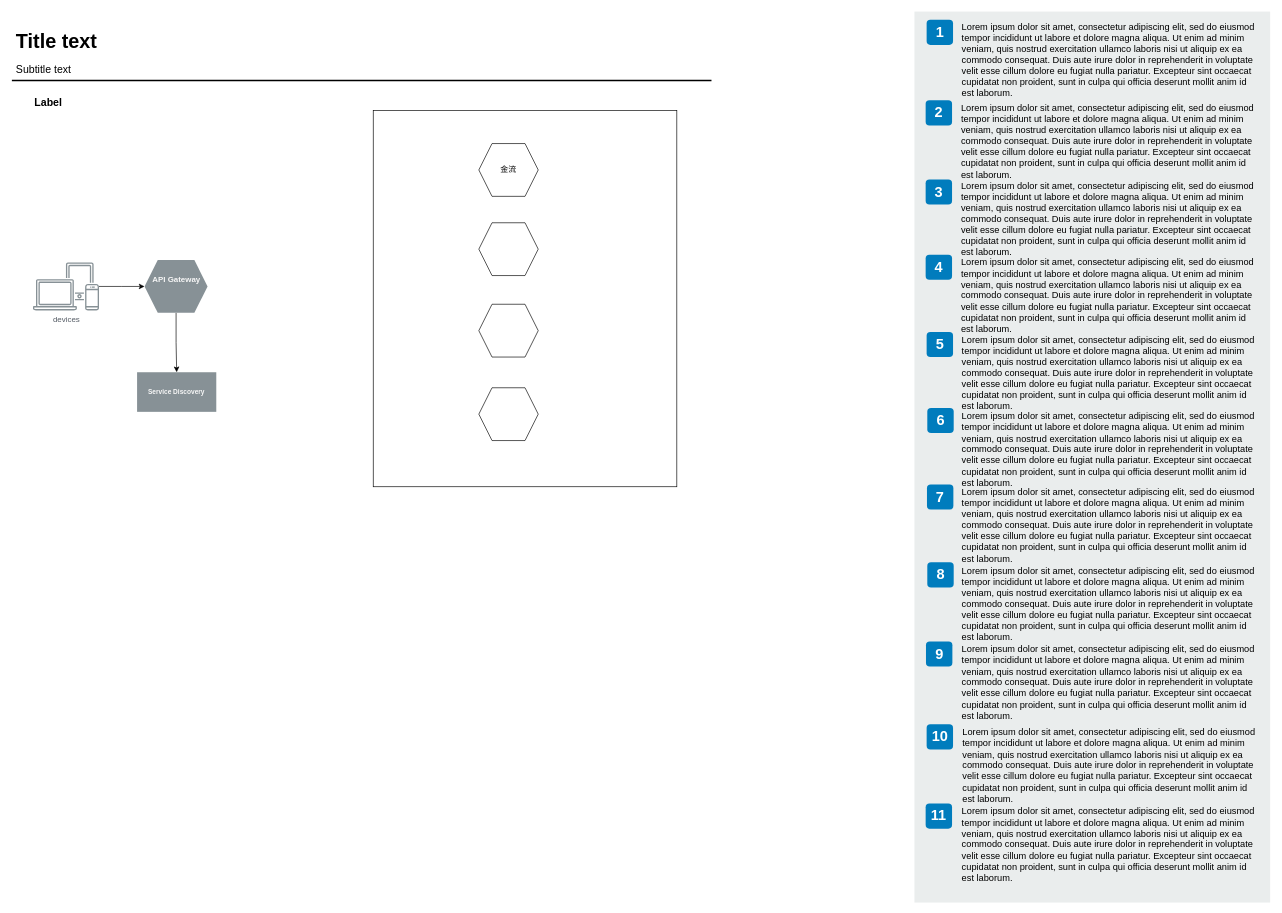
This is Untitled Diagram.drawio from vuittonatehsn/Instruction, a draw.io file, before an edit. Source tidied: cells renumbered, new cells numbered last; positions are measured from the earlier drawing's top-left corner, leaving out a move shared by most shapes. Both pictures are drawn from the tidied source at 66%, with x=0, y=0 at pixel (11, 11).
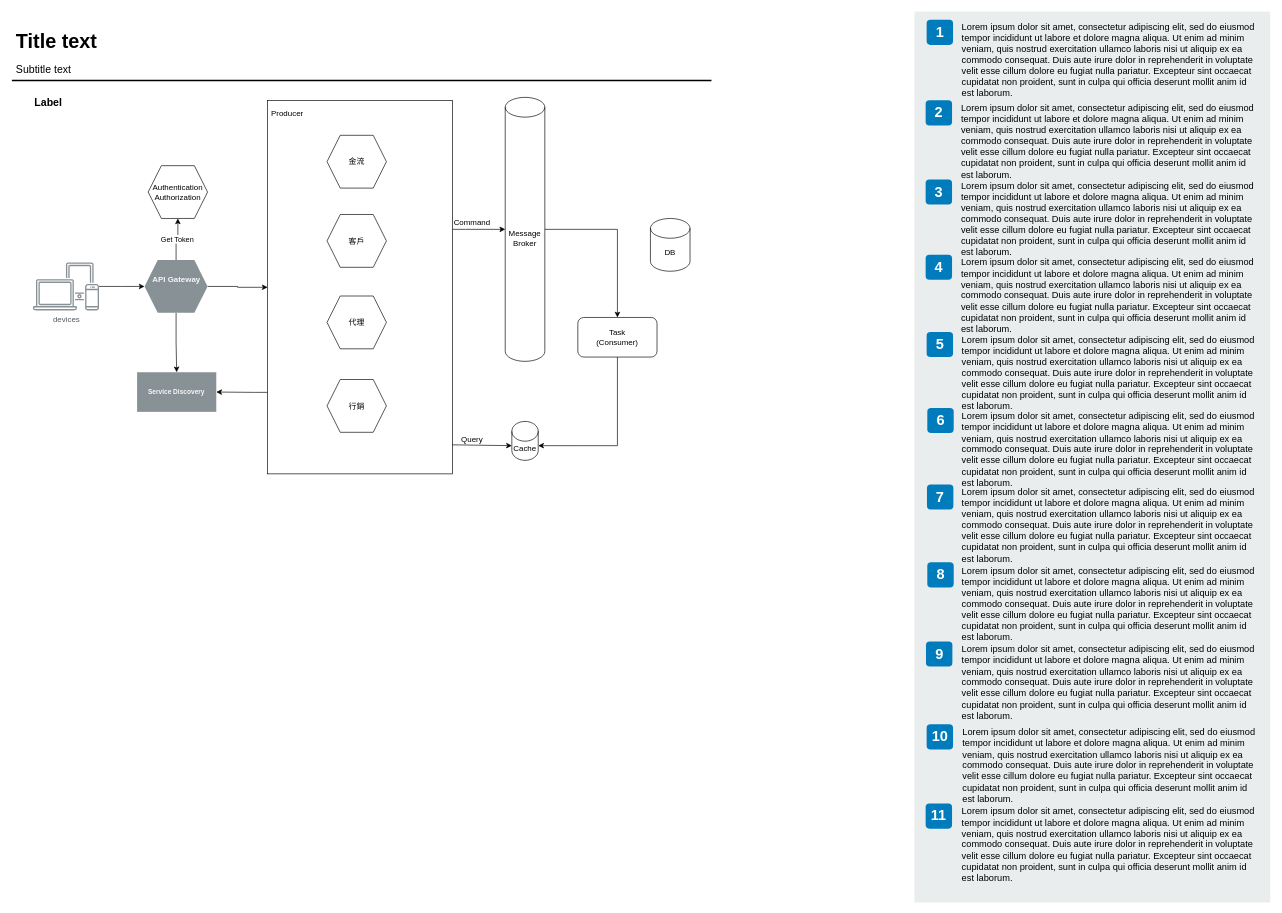
Above is the later version.

The change refers to these unchanged cells:
```xml
<mxCell id="32" value="&lt;h4&gt;&lt;font color=&quot;#f7f7f7&quot;&gt;API Gateway&lt;/font&gt;&lt;br&gt;&lt;/h4&gt;" style="shape=hexagon;perimeter=hexagonPerimeter2;whiteSpace=wrap;html=1;fixedSize=1;dashed=0;fontColor=#545B64;fontStyle=0;verticalAlign=top;strokeColor=none;fillColor=#879196;" parent="1" vertex="1">
  <mxGeometry x="201.5" y="376.5" width="95.5" height="80" as="geometry" />
</mxCell>
<mxCell id="33" value="&lt;h5&gt;&lt;b&gt;&lt;font color=&quot;#f7f7f7&quot;&gt;Service Discovery&lt;/font&gt;&lt;/b&gt;&lt;/h5&gt;" style="whiteSpace=wrap;html=1;dashed=0;fontColor=#545B64;fontStyle=0;verticalAlign=top;strokeColor=none;fillColor=#879196;" parent="1" vertex="1">
  <mxGeometry x="190.2" y="546.5" width="120" height="60" as="geometry" />
</mxCell>
```

The edit, as a diff of the source:
```diff
@@
+    <mxCell id="39" style="edgeStyle=orthogonalEdgeStyle;rounded=0;jettySize=auto;html=1;" parent="1" edge="1" source="32" target="43">
+      <mxGeometry relative="1" as="geometry" />
+    </mxCell>
+    <mxCell id="40" value="Get Token" style="edgeStyle=orthogonalEdgeStyle;rounded=0;jettySize=auto;html=1;" parent="1" edge="1" source="32" target="47">
+      <mxGeometry relative="1" as="geometry" />
+    </mxCell>
@@
-    <mxCell id="34" style="rounded=0;whiteSpace=wrap;html=1;" parent="1" vertex="1">
-      <mxGeometry x="548" y="150" width="460" height="570" as="geometry" />
-    </mxCell>
+    <mxCell id="41" style="edgeStyle=orthogonalEdgeStyle;rounded=0;jettySize=auto;html=1;" parent="1" edge="1" source="43" target="49">
+      <mxGeometry relative="1" as="geometry">
+        <Array as="points">
+          <mxPoint x="688" y="330" />
+          <mxPoint x="688" y="330" />
+        </Array>
+      </mxGeometry>
+    </mxCell>
+    <mxCell id="42" style="edgeStyle=orthogonalEdgeStyle;rounded=0;jettySize=auto;html=1;entryX=1;entryY=0.5;entryDx=0;entryDy=0;" parent="1" edge="1" source="43" target="33">
+      <mxGeometry relative="1" as="geometry">
+        <Array as="points">
+          <mxPoint x="368" y="577" />
+          <mxPoint x="368" y="577" />
+        </Array>
+      </mxGeometry>
+    </mxCell>
+    <mxCell id="43" style="rounded=0;whiteSpace=wrap;html=1;" parent="1" vertex="1">
+      <mxGeometry x="388" y="135" width="280" height="565.5" as="geometry" />
+    </mxCell>
+    <mxCell id="44" value="客戶" style="shape=hexagon;perimeter=hexagonPerimeter2;whiteSpace=wrap;html=1;fixedSize=1;" parent="1" vertex="1">
+      <mxGeometry x="478" y="307.5" width="90" height="80" as="geometry" />
+    </mxCell>
     <mxCell id="35" value="金流" style="shape=hexagon;perimeter=hexagonPerimeter2;whiteSpace=wrap;html=1;fixedSize=1;" parent="1" vertex="1">
-      <mxGeometry x="708" y="200" width="90" height="80" as="geometry" />
+      <mxGeometry x="478" y="187.5" width="90" height="80" as="geometry" />
     </mxCell>
-    <mxCell id="36" style="shape=hexagon;perimeter=hexagonPerimeter2;whiteSpace=wrap;html=1;fixedSize=1;" parent="1" vertex="1">
-      <mxGeometry x="708" y="320" width="90" height="80" as="geometry" />
-    </mxCell>
-    <mxCell id="37" style="shape=hexagon;perimeter=hexagonPerimeter2;whiteSpace=wrap;html=1;fixedSize=1;" parent="1" vertex="1">
-      <mxGeometry x="708" y="443.5" width="90" height="80" as="geometry" />
-    </mxCell>
-    <mxCell id="38" style="shape=hexagon;perimeter=hexagonPerimeter2;whiteSpace=wrap;html=1;fixedSize=1;" parent="1" vertex="1">
-      <mxGeometry x="708" y="570" width="90" height="80" as="geometry" />
-    </mxCell>
+    <mxCell id="45" value="代理" style="shape=hexagon;perimeter=hexagonPerimeter2;whiteSpace=wrap;html=1;fixedSize=1;" parent="1" vertex="1">
+      <mxGeometry x="478" y="431" width="90" height="80" as="geometry" />
+    </mxCell>
+    <mxCell id="46" value="行銷" style="shape=hexagon;perimeter=hexagonPerimeter2;whiteSpace=wrap;html=1;fixedSize=1;" parent="1" vertex="1">
+      <mxGeometry x="478" y="557.5" width="90" height="80" as="geometry" />
+    </mxCell>
+    <mxCell id="47" value="Authentication&lt;br&gt;Authorization" style="shape=hexagon;perimeter=hexagonPerimeter2;whiteSpace=wrap;html=1;fixedSize=1;" parent="1" vertex="1">
+      <mxGeometry x="207" y="233.5" width="90" height="80" as="geometry" />
+    </mxCell>
+    <mxCell id="48" style="edgeStyle=orthogonalEdgeStyle;rounded=0;jettySize=auto;html=1;" parent="1" edge="1" source="49" target="57">
+      <mxGeometry relative="1" as="geometry">
+        <Array as="points">
+          <mxPoint x="918" y="330" />
+        </Array>
+      </mxGeometry>
+    </mxCell>
+    <mxCell id="49" value="Message&lt;br&gt;Broker" style="shape=cylinder3;whiteSpace=wrap;html=1;boundedLbl=1;backgroundOutline=1;size=15;" parent="1" vertex="1">
+      <mxGeometry x="748" y="130" width="60" height="400" as="geometry" />
+    </mxCell>
+    <mxCell id="50" value="Cache" style="shape=cylinder3;whiteSpace=wrap;html=1;boundedLbl=1;backgroundOutline=1;size=15;" parent="1" vertex="1">
+      <mxGeometry x="758" y="621" width="40" height="59" as="geometry" />
+    </mxCell>
+    <mxCell id="51" value="DB" style="shape=cylinder3;whiteSpace=wrap;html=1;boundedLbl=1;backgroundOutline=1;size=15;" parent="1" vertex="1">
+      <mxGeometry x="968" y="313.5" width="60" height="80" as="geometry" />
+    </mxCell>
+    <mxCell id="52" value="Command" style="text;html=1;strokeColor=none;fillColor=none;align=center;verticalAlign=middle;whiteSpace=wrap;rounded=0;" parent="1" vertex="1">
+      <mxGeometry x="678" y="310" width="40" height="20" as="geometry" />
+    </mxCell>
+    <mxCell id="53" style="endArrow=classic;html=1;entryX=0;entryY=0;entryDx=0;entryDy=36.75;entryPerimeter=0;" parent="1" edge="1" target="50">
+      <mxGeometry relative="1" as="geometry">
+        <mxPoint x="668" y="656.5" as="sourcePoint" />
+      </mxGeometry>
+    </mxCell>
+    <mxCell id="54" value="Query" style="text;html=1;strokeColor=none;fillColor=none;align=center;verticalAlign=middle;whiteSpace=wrap;rounded=0;" parent="1" vertex="1">
+      <mxGeometry x="678" y="637.5" width="40" height="20" as="geometry" />
+    </mxCell>
+    <mxCell id="55" value="Producer" style="text;html=1;strokeColor=none;fillColor=none;align=center;verticalAlign=middle;whiteSpace=wrap;rounded=0;" parent="1" vertex="1">
+      <mxGeometry x="398" y="143.5" width="40" height="20" as="geometry" />
+    </mxCell>
+    <mxCell id="56" style="edgeStyle=orthogonalEdgeStyle;rounded=0;jettySize=auto;html=1;entryX=1;entryY=0;entryDx=0;entryDy=36.75;entryPerimeter=0;" parent="1" edge="1" source="57" target="50">
+      <mxGeometry relative="1" as="geometry">
+        <Array as="points">
+          <mxPoint x="918" y="658" />
+        </Array>
+      </mxGeometry>
+    </mxCell>
+    <mxCell id="57" value="Task&lt;br&gt;(Consumer)" style="rounded=1;whiteSpace=wrap;html=1;" parent="1" vertex="1">
+      <mxGeometry x="858" y="463.5" width="120" height="60" as="geometry" />
+    </mxCell>
```
